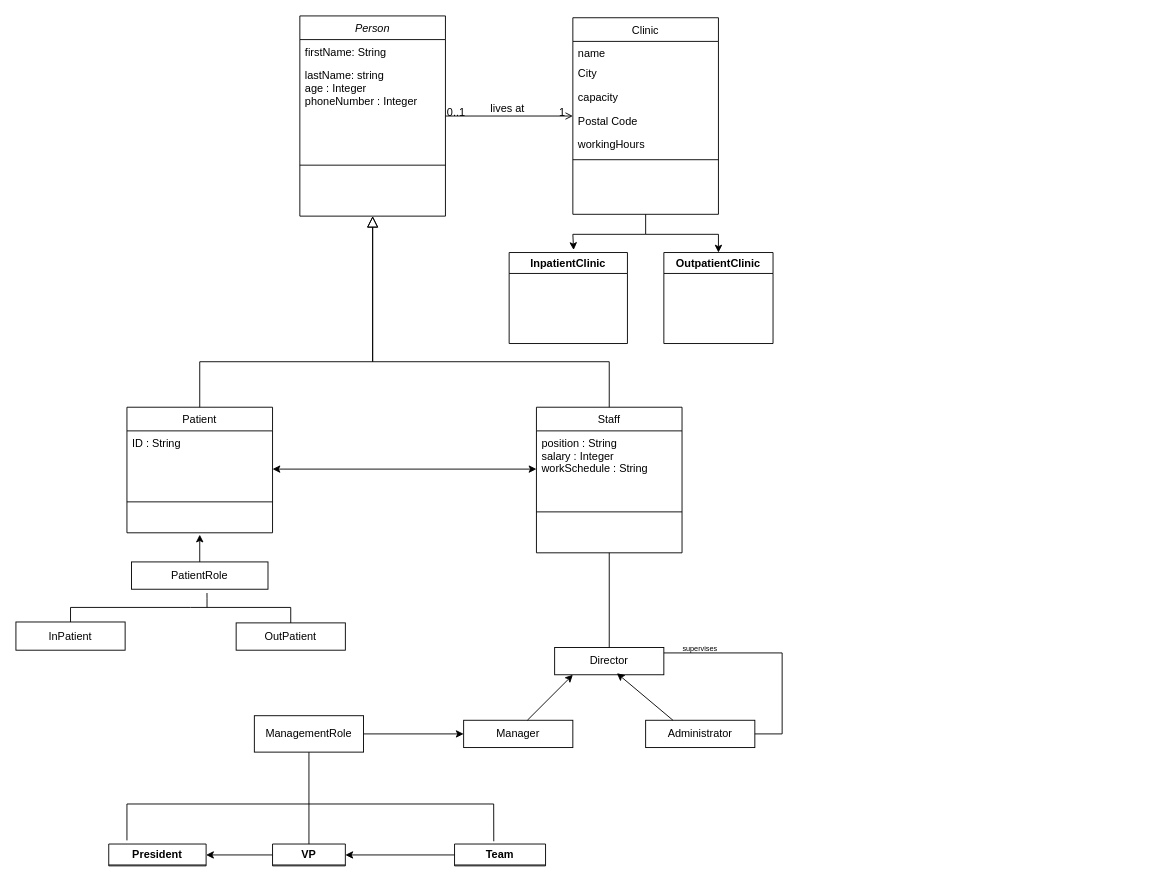
This is Untitled Diagram.drawio from yushika-j/seg-2505, a draw.io file, before an edit. Source tidied: cells renumbered, new cells numbered last; positions are measured from the earlier drawing's top-left corner, leaving out a move shared by most shapes. Both pictures are drawn from the tidied source at 91%, with x=0, y=0 at pixel (15, 15).
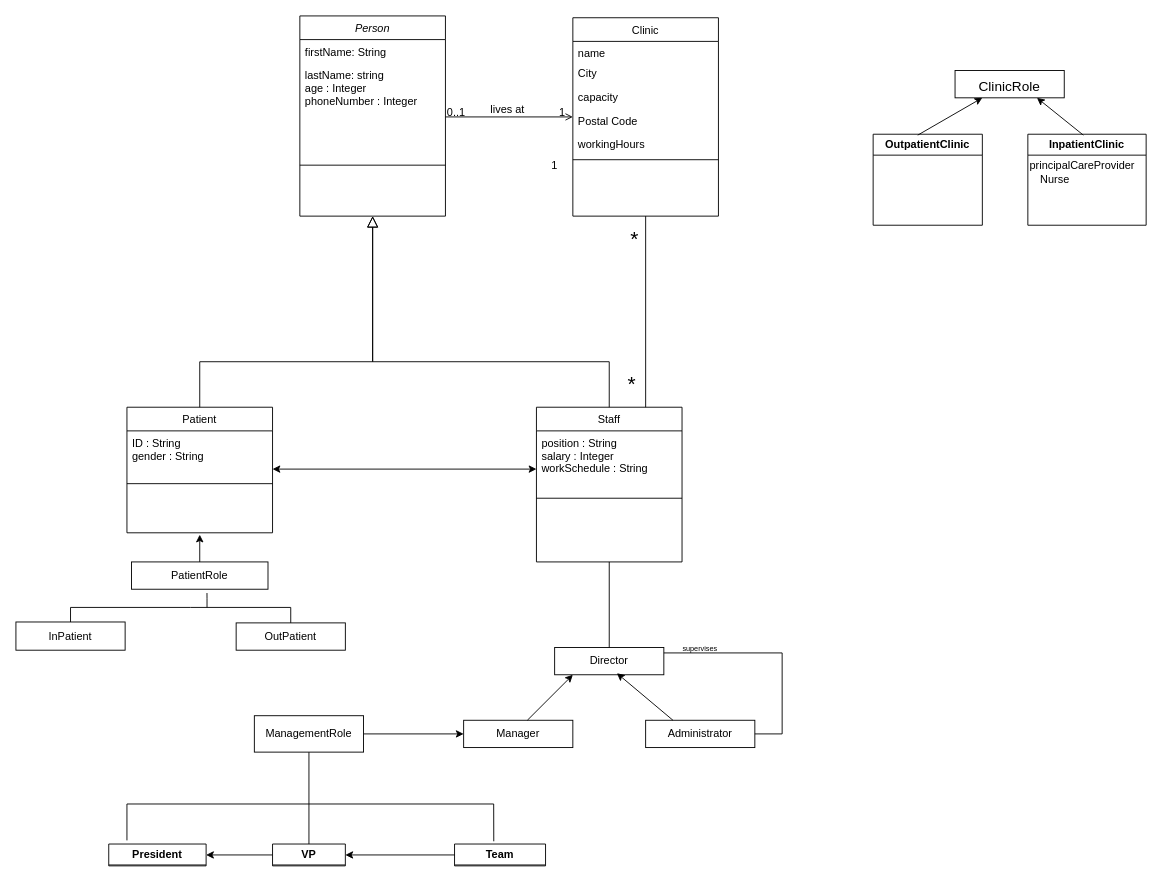
After the change.

Unchanged cells that the change refers to:
```xml
<mxCell id="6" value="Patient" style="swimlane;fontStyle=0;align=center;verticalAlign=top;horizontal=1;startSize=26;rounded=0;shadow=0;strokeWidth=1;" parent="1" vertex="1">
  <mxGeometry x="122" y="430" width="160" height="138" as="geometry" />
</mxCell>
```

Diff of the diagram source:
```diff
@@
-    <mxCell id="7" value="ID : String&#10;" style="text;align=left;verticalAlign=top;spacingLeft=4;spacingRight=4;overflow=hidden;" parent="6" vertex="1">
-      <mxGeometry y="26" width="160" height="74" as="geometry" />
+    <mxCell id="7" value="ID : String&#10;gender : String&#10;" style="text;align=left;verticalAlign=top;spacingLeft=4;spacingRight=4;overflow=hidden;" parent="6" vertex="1">
+      <mxGeometry y="26" width="160" height="54" as="geometry" />
     </mxCell>
     <mxCell id="8" style="line;html=1;strokeWidth=1;align=left;verticalAlign=middle;spacingTop=-1;spacingLeft=3;spacingRight=3;labelPosition=right;" parent="6" vertex="1">
-      <mxGeometry y="100" width="160" height="8" as="geometry" />
+      <mxGeometry y="80" width="160" height="8" as="geometry" />
     </mxCell>
@@
     <mxCell id="10" value="Staff" style="swimlane;fontStyle=0;align=center;verticalAlign=top;horizontal=1;startSize=26;rounded=0;shadow=0;strokeWidth=1;" parent="1" vertex="1">
-      <mxGeometry x="572" y="430" width="160" height="160" as="geometry" />
+      <mxGeometry x="572" y="430" width="160" height="170" as="geometry" />
     </mxCell>
     <mxCell id="11" value="position : String&#10;salary : Integer&#10;workSchedule : String&#10;" style="text;align=left;verticalAlign=top;spacingLeft=4;spacingRight=4;overflow=hidden;" parent="10" vertex="1">
-      <mxGeometry y="26" width="160" height="84" as="geometry" />
+      <mxGeometry y="26" width="160" height="64" as="geometry" />
     </mxCell>
     <mxCell id="12" style="line;html=1;strokeWidth=1;align=left;verticalAlign=middle;spacingTop=-1;spacingLeft=3;spacingRight=3;labelPosition=right;" parent="10" vertex="1">
-      <mxGeometry y="110" width="160" height="10" as="geometry" />
+      <mxGeometry y="90" width="160" height="20" as="geometry" />
     </mxCell>
@@
     <mxCell id="14" value="Clinic" style="swimlane;fontStyle=0;align=center;verticalAlign=top;horizontal=1;startSize=26;rounded=0;shadow=0;strokeWidth=1;" parent="1" vertex="1">
-      <mxGeometry x="612" y="2" width="160" height="216" as="geometry" />
+      <mxGeometry x="612" y="2" width="160" height="218" as="geometry" />
     </mxCell>
@@
-    <mxCell id="49" style="endArrow=classic;html=1;rounded=0;" parent="1" edge="1">
-      <mxGeometry relative="1" as="geometry">
-        <mxPoint x="692" y="240" as="sourcePoint" />
-        <mxPoint x="772" y="260" as="targetPoint" />
-        <Array as="points">
-          <mxPoint x="772" y="240" />
-        </Array>
-      </mxGeometry>
-    </mxCell>
     <mxCell id="50" value="OutpatientClinic" style="swimlane;whiteSpace=wrap;html=1;" parent="1" vertex="1">
-      <mxGeometry x="712" y="260" width="120" height="100" as="geometry" />
+      <mxGeometry x="942" y="130" width="120" height="100" as="geometry" />
     </mxCell>
     <mxCell id="51" value="InpatientClinic" style="swimlane;whiteSpace=wrap;html=1;" parent="1" vertex="1">
-      <mxGeometry x="542" y="260" width="130" height="100" as="geometry" />
+      <mxGeometry x="1112" y="130" width="130" height="100" as="geometry" />
     </mxCell>
-    <mxCell id="52" style="endArrow=classic;html=1;rounded=0;exitX=0.5;exitY=1;exitDx=0;exitDy=0;entryX=0.545;entryY=-0.028;entryDx=0;entryDy=0;entryPerimeter=0;" parent="1" edge="1" source="14" target="51">
-      <mxGeometry relative="1" as="geometry">
-        <Array as="points">
-          <mxPoint x="692" y="240" />
-          <mxPoint x="612" y="240" />
-        </Array>
-      </mxGeometry>
-    </mxCell>
+    <mxCell id="55" value="&lt;font style=&quot;font-size: 12px;&quot;&gt;principalCareProvider&lt;/font&gt;" style="text;html=1;strokeColor=none;fillColor=none;align=center;verticalAlign=middle;whiteSpace=wrap;rounded=0;fontSize=8;" parent="51" vertex="1">
+      <mxGeometry x="30" y="20" width="60" height="30" as="geometry" />
+    </mxCell>
+    <mxCell id="56" value="Nurse" style="text;html=1;strokeColor=none;fillColor=none;align=center;verticalAlign=middle;whiteSpace=wrap;rounded=0;fontSize=12;" parent="51" vertex="1">
+      <mxGeometry y="35" width="60" height="30" as="geometry" />
+    </mxCell>
@@
+    <mxCell id="57" value="1" style="text;html=1;strokeColor=none;fillColor=none;align=center;verticalAlign=middle;whiteSpace=wrap;rounded=0;fontSize=12;" parent="1" vertex="1">
+      <mxGeometry x="582" y="150" width="20" height="30" as="geometry" />
+    </mxCell>
+    <mxCell id="58" style="endArrow=none;html=1;rounded=0;fontSize=12;exitX=0.75;exitY=0;exitDx=0;exitDy=0;entryX=0.5;entryY=1;entryDx=0;entryDy=0;" parent="1" edge="1" source="10" target="14">
+      <mxGeometry relative="1" as="geometry" />
+    </mxCell>
+    <mxCell id="59" value="&lt;font style=&quot;font-size: 23px;&quot;&gt;*&lt;/font&gt;" style="text;html=1;strokeColor=none;fillColor=none;align=center;verticalAlign=middle;whiteSpace=wrap;rounded=0;fontSize=12;" parent="1" vertex="1">
+      <mxGeometry x="675" y="230" width="10" height="30" as="geometry" />
+    </mxCell>
+    <mxCell id="60" value="&lt;font style=&quot;font-size: 23px;&quot;&gt;*&lt;/font&gt;" style="text;html=1;strokeColor=none;fillColor=none;align=center;verticalAlign=middle;whiteSpace=wrap;rounded=0;fontSize=12;" parent="1" vertex="1">
+      <mxGeometry x="672" y="390" width="10" height="30" as="geometry" />
+    </mxCell>
+    <mxCell id="61" value="&lt;font style=&quot;font-size: 15px;&quot;&gt;ClinicRole&lt;/font&gt;" style="rounded=0;whiteSpace=wrap;html=1;fontSize=23;" parent="1" vertex="1">
+      <mxGeometry x="1032" y="60" width="120" height="30" as="geometry" />
+    </mxCell>
+    <mxCell id="62" style="endArrow=classic;html=1;rounded=0;fontSize=15;entryX=0.25;entryY=1;entryDx=0;entryDy=0;" parent="1" edge="1" target="61">
+      <mxGeometry relative="1" as="geometry">
+        <mxPoint x="991" y="131" as="sourcePoint" />
+      </mxGeometry>
+    </mxCell>
+    <mxCell id="63" style="endArrow=classic;html=1;rounded=0;fontSize=15;entryX=0.75;entryY=1;entryDx=0;entryDy=0;" parent="1" edge="1" target="61">
+      <mxGeometry relative="1" as="geometry">
+        <mxPoint x="1173" y="131" as="sourcePoint" />
+      </mxGeometry>
+    </mxCell>
```
